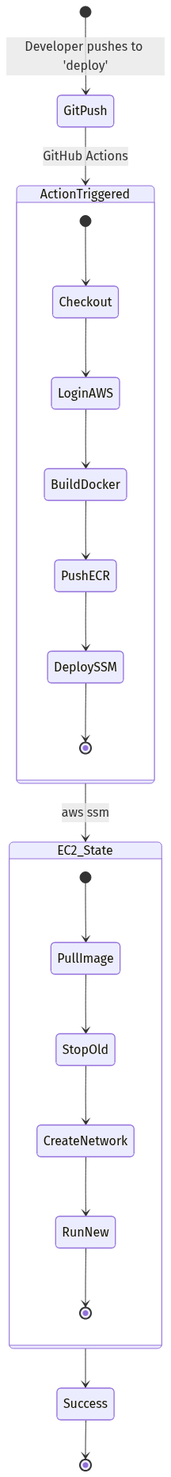
The Mermaid diagram Entrega-Final-EP2/evidencias/diagramas/4-flujo-despliegue.png in jeffplop/test_aws_grav, before a commit. Its source is kept beside it as Entrega-Final-EP2/evidencias/diagramas/4-flujo-despliegue.mmd. Its diagram source:
```mermaid
stateDiagram-v2
    [*] --> GitPush: Developer pushes to 'deploy'
    GitPush --> ActionTriggered: GitHub Actions

    state ActionTriggered {
        [*] --> Checkout
        Checkout --> LoginAWS
        LoginAWS --> BuildDocker
        BuildDocker --> PushECR
        PushECR --> DeploySSM
        DeploySSM --> [*]
    }

    ActionTriggered --> EC2_State: aws ssm

    state EC2_State {
        [*] --> PullImage
        PullImage --> StopOld
        StopOld --> CreateNetwork
        CreateNetwork --> RunNew
        RunNew --> [*]
    }

    EC2_State --> Success
    Success --> [*]
```
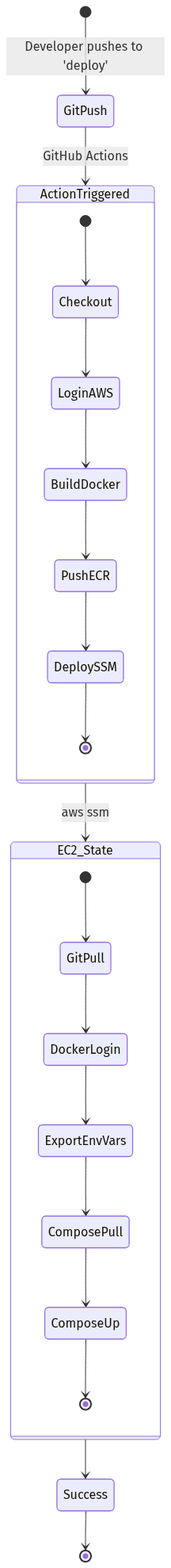
The same diagram one commit later.

Change to the diagram source:
```diff
@@ -14,11 +14,12 @@
     ActionTriggered --> EC2_State: aws ssm
 
     state EC2_State {
-        [*] --> PullImage
-        PullImage --> StopOld
-        StopOld --> CreateNetwork
-        CreateNetwork --> RunNew
-        RunNew --> [*]
+        [*] --> GitPull
+        GitPull --> DockerLogin
+        DockerLogin --> ExportEnvVars
+        ExportEnvVars --> ComposePull
+        ComposePull --> ComposeUp
+        ComposeUp --> [*]
     }
 
     EC2_State --> Success
```
